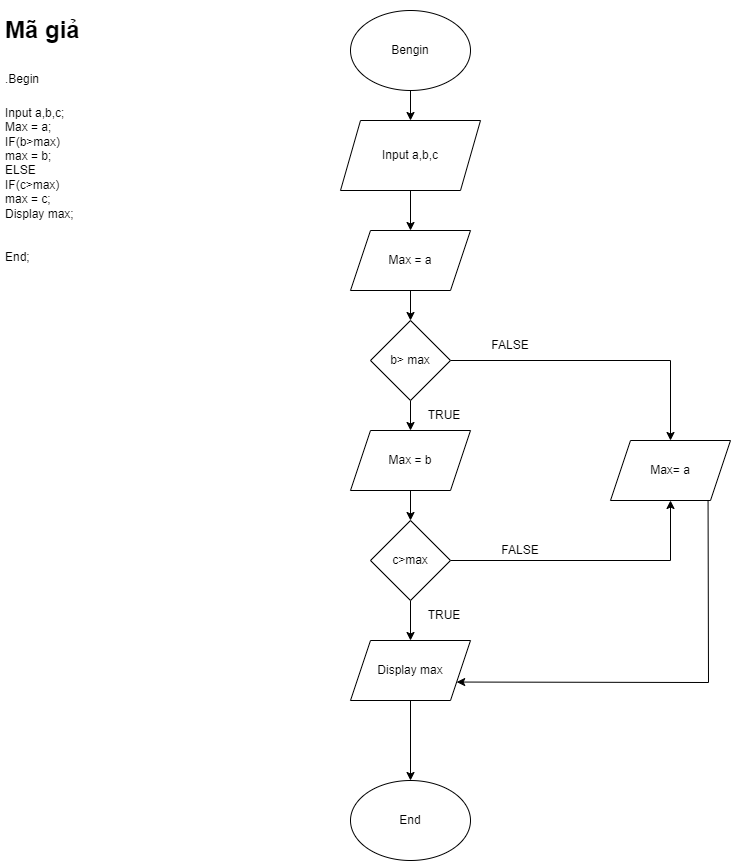
thanhvo203/C0223G1-VoHaiThanh keeps this draw.io diagram as ss3_code/bai_tap/Bai_tap_tim_max.drawio.png. Above is the earlier version. Source tidied: cells renumbered, new cells last; positions are measured from the earlier drawing's top-left corner, leaving out a move shared by most shapes. Its diagram source:
```xml
<mxGraphModel>
  <root>
    <mxCell id="0" />
    <mxCell id="1" parent="0" />
    <mxCell id="2" value="&lt;h1&gt;&lt;span style=&quot;background-color: initial;&quot;&gt;Mã giả&lt;/span&gt;&lt;/h1&gt;&lt;h1&gt;&lt;span style=&quot;background-color: initial; font-size: 12px; font-weight: normal;&quot;&gt;.Begin&lt;/span&gt;&lt;/h1&gt;&lt;div&gt;&lt;span style=&quot;background-color: initial; font-size: 12px; font-weight: normal;&quot;&gt;Input a,b,c;&lt;/span&gt;&lt;/div&gt;&lt;div&gt;Max = a;&lt;/div&gt;&lt;div&gt;IF(b&amp;gt;max)&lt;/div&gt;&lt;div&gt;max = b;&lt;/div&gt;&lt;div&gt;ELSE&lt;/div&gt;&lt;div&gt;IF(c&amp;gt;max)&lt;/div&gt;&lt;div&gt;max = c;&lt;/div&gt;&lt;div&gt;Display max;&lt;/div&gt;&lt;div&gt;&lt;br&gt;&lt;/div&gt;&lt;div&gt;&lt;br&gt;&lt;/div&gt;&lt;div&gt;End;&lt;/div&gt;&lt;div&gt;&lt;br&gt;&lt;/div&gt;" style="text;html=1;strokeColor=none;fillColor=none;spacing=5;spacingTop=-20;whiteSpace=wrap;overflow=hidden;rounded=0;" parent="1" vertex="1">
      <mxGeometry width="210" height="330" as="geometry" />
    </mxCell>
    <mxCell id="3" style="edgeStyle=orthogonalEdgeStyle;rounded=0;orthogonalLoop=1;jettySize=auto;html=1;exitX=1;exitY=0.5;exitDx=0;exitDy=0;entryX=1;entryY=0.25;entryDx=0;entryDy=0;" parent="1" edge="1">
      <mxGeometry relative="1" as="geometry">
        <mxPoint x="554.8" y="105.5" as="targetPoint" />
        <Array as="points">
          <mxPoint x="710" y="250" />
          <mxPoint x="710" y="106" />
        </Array>
      </mxGeometry>
    </mxCell>
    <mxCell id="4" value="End" style="ellipse;whiteSpace=wrap;html=1;" parent="1" vertex="1">
      <mxGeometry x="350" y="770" width="120" height="80" as="geometry" />
    </mxCell>
    <mxCell id="5" style="edgeStyle=orthogonalEdgeStyle;rounded=0;jettySize=auto;html=1;" parent="1" edge="1" source="6" target="10">
      <mxGeometry relative="1" as="geometry" />
    </mxCell>
    <mxCell id="6" value="Bengin" style="ellipse;whiteSpace=wrap;html=1;" parent="1" vertex="1">
      <mxGeometry x="350" width="120" height="80" as="geometry" />
    </mxCell>
    <mxCell id="7" style="edgeStyle=orthogonalEdgeStyle;rounded=0;jettySize=auto;html=1;" parent="1" edge="1" source="8" target="15">
      <mxGeometry relative="1" as="geometry" />
    </mxCell>
    <mxCell id="8" value="Max = a" style="shape=parallelogram;perimeter=parallelogramPerimeter;whiteSpace=wrap;html=1;fixedSize=1;" parent="1" vertex="1">
      <mxGeometry x="350" y="220" width="120" height="60" as="geometry" />
    </mxCell>
    <mxCell id="9" style="edgeStyle=orthogonalEdgeStyle;rounded=0;jettySize=auto;html=1;" parent="1" edge="1" source="10">
      <mxGeometry relative="1" as="geometry">
        <mxPoint x="410" y="220" as="targetPoint" />
      </mxGeometry>
    </mxCell>
    <mxCell id="10" value="Input a,b,c" style="shape=parallelogram;perimeter=parallelogramPerimeter;whiteSpace=wrap;html=1;fixedSize=1;" parent="1" vertex="1">
      <mxGeometry x="340" y="110" width="140" height="70" as="geometry" />
    </mxCell>
    <mxCell id="11" style="edgeStyle=orthogonalEdgeStyle;rounded=0;jettySize=auto;html=1;" parent="1" edge="1" source="12" target="4">
      <mxGeometry relative="1" as="geometry" />
    </mxCell>
    <mxCell id="12" value="Display max" style="shape=parallelogram;perimeter=parallelogramPerimeter;whiteSpace=wrap;html=1;fixedSize=1;" parent="1" vertex="1">
      <mxGeometry x="350" y="630" width="120" height="60" as="geometry" />
    </mxCell>
    <mxCell id="13" style="edgeStyle=orthogonalEdgeStyle;rounded=0;jettySize=auto;html=1;" parent="1" edge="1" source="15" target="20">
      <mxGeometry relative="1" as="geometry" />
    </mxCell>
    <mxCell id="14" style="edgeStyle=orthogonalEdgeStyle;rounded=0;jettySize=auto;html=1;" parent="1" edge="1" source="15" target="21">
      <mxGeometry relative="1" as="geometry" />
    </mxCell>
    <mxCell id="15" value="b&amp;gt; max" style="rhombus;whiteSpace=wrap;html=1;" parent="1" vertex="1">
      <mxGeometry x="370" y="310" width="80" height="80" as="geometry" />
    </mxCell>
    <mxCell id="16" style="edgeStyle=orthogonalEdgeStyle;rounded=0;jettySize=auto;html=1;" parent="1" edge="1" source="18" target="12">
      <mxGeometry relative="1" as="geometry" />
    </mxCell>
    <mxCell id="17" style="edgeStyle=orthogonalEdgeStyle;rounded=0;jettySize=auto;html=1;exitX=1;exitY=0.5;exitDx=0;exitDy=0;" parent="1" edge="1" source="18" target="21">
      <mxGeometry relative="1" as="geometry" />
    </mxCell>
    <mxCell id="18" value="c&amp;gt;max" style="rhombus;whiteSpace=wrap;html=1;" parent="1" vertex="1">
      <mxGeometry x="370" y="510" width="80" height="80" as="geometry" />
    </mxCell>
    <mxCell id="19" style="edgeStyle=orthogonalEdgeStyle;rounded=0;jettySize=auto;html=1;" parent="1" edge="1" source="20" target="18">
      <mxGeometry relative="1" as="geometry" />
    </mxCell>
    <mxCell id="20" value="Max = b" style="shape=parallelogram;perimeter=parallelogramPerimeter;whiteSpace=wrap;html=1;fixedSize=1;" parent="1" vertex="1">
      <mxGeometry x="350" y="420" width="120" height="60" as="geometry" />
    </mxCell>
    <mxCell id="21" value="Max= a" style="shape=parallelogram;perimeter=parallelogramPerimeter;whiteSpace=wrap;html=1;fixedSize=1;" parent="1" vertex="1">
      <mxGeometry x="610" y="430" width="120" height="60" as="geometry" />
    </mxCell>
    <mxCell id="22" value="TRUE" style="text;html=1;strokeColor=none;fillColor=none;align=center;verticalAlign=middle;whiteSpace=wrap;rounded=0;" parent="1" vertex="1">
      <mxGeometry x="414" y="390" width="60" height="30" as="geometry" />
    </mxCell>
    <mxCell id="23" value="FALSE" style="text;html=1;strokeColor=none;fillColor=none;align=center;verticalAlign=middle;whiteSpace=wrap;rounded=0;" parent="1" vertex="1">
      <mxGeometry x="480" y="320" width="60" height="30" as="geometry" />
    </mxCell>
    <mxCell id="24" value="FALSE" style="text;html=1;strokeColor=none;fillColor=none;align=center;verticalAlign=middle;whiteSpace=wrap;rounded=0;" parent="1" vertex="1">
      <mxGeometry x="490" y="525" width="60" height="30" as="geometry" />
    </mxCell>
    <mxCell id="25" style="endArrow=classic;html=1;rounded=0;exitX=0.813;exitY=1.01;exitDx=0;exitDy=0;exitPerimeter=0;entryX=1;entryY=0.75;entryDx=0;entryDy=0;" parent="1" edge="1" source="21" target="12">
      <mxGeometry relative="1" as="geometry">
        <Array as="points">
          <mxPoint x="708" y="672" />
        </Array>
      </mxGeometry>
    </mxCell>
    <mxCell id="26" value="TRUE" style="text;html=1;strokeColor=none;fillColor=none;align=center;verticalAlign=middle;whiteSpace=wrap;rounded=0;" parent="1" vertex="1">
      <mxGeometry x="414" y="590" width="60" height="30" as="geometry" />
    </mxCell>
  </root>
</mxGraphModel>
```
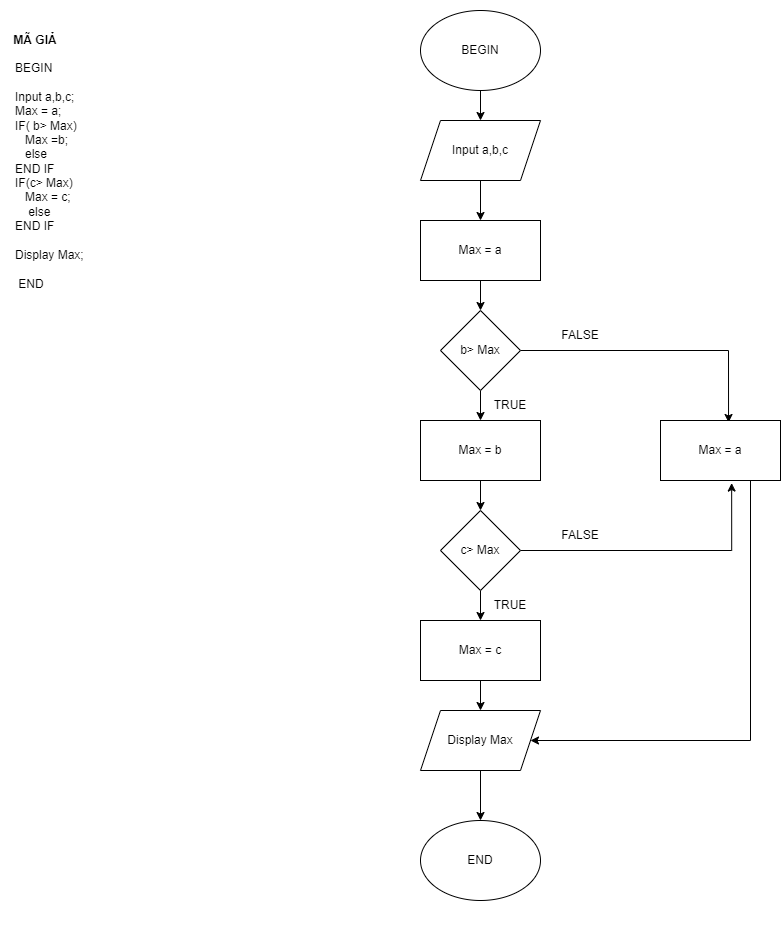
Later version of the same file.

What changed in the source:
```diff
@@ -2,8 +2,8 @@
   <root>
     <mxCell id="0" />
     <mxCell id="1" parent="0" />
-    <mxCell id="2" value="&lt;h1&gt;&lt;span style=&quot;background-color: initial;&quot;&gt;Mã giả&lt;/span&gt;&lt;/h1&gt;&lt;h1&gt;&lt;span style=&quot;background-color: initial; font-size: 12px; font-weight: normal;&quot;&gt;.Begin&lt;/span&gt;&lt;/h1&gt;&lt;div&gt;&lt;span style=&quot;background-color: initial; font-size: 12px; font-weight: normal;&quot;&gt;Input a,b,c;&lt;/span&gt;&lt;/div&gt;&lt;div&gt;Max = a;&lt;/div&gt;&lt;div&gt;IF(b&amp;gt;max)&lt;/div&gt;&lt;div&gt;max = b;&lt;/div&gt;&lt;div&gt;ELSE&lt;/div&gt;&lt;div&gt;IF(c&amp;gt;max)&lt;/div&gt;&lt;div&gt;max = c;&lt;/div&gt;&lt;div&gt;Display max;&lt;/div&gt;&lt;div&gt;&lt;br&gt;&lt;/div&gt;&lt;div&gt;&lt;br&gt;&lt;/div&gt;&lt;div&gt;End;&lt;/div&gt;&lt;div&gt;&lt;br&gt;&lt;/div&gt;" style="text;html=1;strokeColor=none;fillColor=none;spacing=5;spacingTop=-20;whiteSpace=wrap;overflow=hidden;rounded=0;" parent="1" vertex="1">
-      <mxGeometry width="210" height="330" as="geometry" />
+    <mxCell id="2" value="&lt;h1&gt;&lt;br&gt;&lt;/h1&gt;&lt;div&gt;BEGIN&lt;/div&gt;&lt;div&gt;&lt;br&gt;&lt;/div&gt;&lt;div&gt;Input a,b,c;&lt;/div&gt;&lt;div&gt;Max = a;&lt;/div&gt;&lt;div&gt;IF( b&amp;gt; Max)&lt;/div&gt;&lt;div&gt;&amp;nbsp; &amp;nbsp;Max =b;&lt;/div&gt;&lt;div&gt;&amp;nbsp; &amp;nbsp;else&lt;/div&gt;&lt;div&gt;END IF&lt;/div&gt;&lt;div&gt;IF(c&amp;gt; Max)&lt;/div&gt;&lt;div&gt;&amp;nbsp; &amp;nbsp;Max = c;&lt;/div&gt;&lt;div&gt;&amp;nbsp; &amp;nbsp; else&lt;/div&gt;&lt;div&gt;END IF&lt;/div&gt;&lt;div&gt;&lt;br&gt;&lt;/div&gt;&lt;div&gt;Display Max;&lt;/div&gt;&lt;div&gt;&lt;br&gt;&lt;/div&gt;&lt;div&gt;&amp;nbsp;END&lt;/div&gt;" style="text;html=1;strokeColor=none;fillColor=none;spacing=5;spacingTop=-20;whiteSpace=wrap;overflow=hidden;rounded=0;" parent="1" vertex="1">
+      <mxGeometry x="10" y="30" width="210" height="940" as="geometry" />
     </mxCell>
     <mxCell id="3" style="edgeStyle=orthogonalEdgeStyle;rounded=0;orthogonalLoop=1;jettySize=auto;html=1;exitX=1;exitY=0.5;exitDx=0;exitDy=0;entryX=1;entryY=0.25;entryDx=0;entryDy=0;" parent="1" edge="1">
       <mxGeometry relative="1" as="geometry">
@@ -14,80 +14,105 @@
         </Array>
       </mxGeometry>
     </mxCell>
-    <mxCell id="4" value="End" style="ellipse;whiteSpace=wrap;html=1;" parent="1" vertex="1">
-      <mxGeometry x="350" y="770" width="120" height="80" as="geometry" />
-    </mxCell>
-    <mxCell id="5" style="edgeStyle=orthogonalEdgeStyle;rounded=0;jettySize=auto;html=1;" parent="1" edge="1" source="6" target="10">
-      <mxGeometry relative="1" as="geometry" />
-    </mxCell>
-    <mxCell id="6" value="Bengin" style="ellipse;whiteSpace=wrap;html=1;" parent="1" vertex="1">
-      <mxGeometry x="350" width="120" height="80" as="geometry" />
-    </mxCell>
-    <mxCell id="7" style="edgeStyle=orthogonalEdgeStyle;rounded=0;jettySize=auto;html=1;" parent="1" edge="1" source="8" target="15">
-      <mxGeometry relative="1" as="geometry" />
-    </mxCell>
-    <mxCell id="8" value="Max = a" style="shape=parallelogram;perimeter=parallelogramPerimeter;whiteSpace=wrap;html=1;fixedSize=1;" parent="1" vertex="1">
-      <mxGeometry x="350" y="220" width="120" height="60" as="geometry" />
-    </mxCell>
-    <mxCell id="9" style="edgeStyle=orthogonalEdgeStyle;rounded=0;jettySize=auto;html=1;" parent="1" edge="1" source="10">
-      <mxGeometry relative="1" as="geometry">
-        <mxPoint x="410" y="220" as="targetPoint" />
-      </mxGeometry>
-    </mxCell>
+    <mxCell id="27" value="&lt;b&gt;MÃ GIẢ&lt;/b&gt;" style="text;html=1;strokeColor=none;fillColor=none;align=center;verticalAlign=middle;whiteSpace=wrap;rounded=0;" parent="1" vertex="1">
+      <mxGeometry y="40" width="70" height="40" as="geometry" />
+    </mxCell>
+    <mxCell id="28" style="edgeStyle=orthogonalEdgeStyle;rounded=0;orthogonalLoop=1;jettySize=auto;html=1;exitX=0;exitY=0.5;exitDx=0;exitDy=0;entryX=0;entryY=0.5;entryDx=0;entryDy=0;" parent="1" edge="1">
+      <mxGeometry relative="1" as="geometry">
+        <mxPoint x="360" y="690" as="sourcePoint" />
+        <Array as="points">
+          <mxPoint x="300" y="690" />
+          <mxPoint x="300" y="860" />
+        </Array>
+      </mxGeometry>
+    </mxCell>
+    <mxCell id="29" style="edgeStyle=orthogonalEdgeStyle;rounded=0;orthogonalLoop=1;jettySize=auto;html=1;exitX=1;exitY=0.5;exitDx=0;exitDy=0;entryX=0.891;entryY=0.361;entryDx=0;entryDy=0;entryPerimeter=0;" parent="1" edge="1">
+      <mxGeometry relative="1" as="geometry">
+        <mxPoint x="431.3" y="568.9" as="targetPoint" />
+        <Array as="points">
+          <mxPoint x="730" y="860" />
+          <mxPoint x="730" y="569" />
+        </Array>
+      </mxGeometry>
+    </mxCell>
+    <mxCell id="30" style="edgeStyle=orthogonalEdgeStyle;rounded=0;jettySize=auto;html=1;" parent="1" edge="1" source="31" target="10">
+      <mxGeometry relative="1" as="geometry" />
+    </mxCell>
+    <mxCell id="31" value="BEGIN" style="ellipse;whiteSpace=wrap;html=1;" parent="1" vertex="1">
+      <mxGeometry x="420" y="30" width="120" height="80" as="geometry" />
+    </mxCell>
+    <mxCell id="32" style="edgeStyle=orthogonalEdgeStyle;rounded=0;jettySize=auto;html=1;" parent="1" edge="1" source="10" target="34">
+      <mxGeometry relative="1" as="geometry" />
+    </mxCell>
     <mxCell id="10" value="Input a,b,c" style="shape=parallelogram;perimeter=parallelogramPerimeter;whiteSpace=wrap;html=1;fixedSize=1;" parent="1" vertex="1">
-      <mxGeometry x="340" y="110" width="140" height="70" as="geometry" />
+      <mxGeometry x="420" y="140" width="120" height="60" as="geometry" />
     </mxCell>
-    <mxCell id="11" style="edgeStyle=orthogonalEdgeStyle;rounded=0;jettySize=auto;html=1;" parent="1" edge="1" source="12" target="4">
-      <mxGeometry relative="1" as="geometry" />
-    </mxCell>
-    <mxCell id="12" value="Display max" style="shape=parallelogram;perimeter=parallelogramPerimeter;whiteSpace=wrap;html=1;fixedSize=1;" parent="1" vertex="1">
-      <mxGeometry x="350" y="630" width="120" height="60" as="geometry" />
-    </mxCell>
-    <mxCell id="13" style="edgeStyle=orthogonalEdgeStyle;rounded=0;jettySize=auto;html=1;" parent="1" edge="1" source="15" target="20">
-      <mxGeometry relative="1" as="geometry" />
-    </mxCell>
-    <mxCell id="14" style="edgeStyle=orthogonalEdgeStyle;rounded=0;jettySize=auto;html=1;" parent="1" edge="1" source="15" target="21">
-      <mxGeometry relative="1" as="geometry" />
-    </mxCell>
-    <mxCell id="15" value="b&amp;gt; max" style="rhombus;whiteSpace=wrap;html=1;" parent="1" vertex="1">
-      <mxGeometry x="370" y="310" width="80" height="80" as="geometry" />
-    </mxCell>
-    <mxCell id="16" style="edgeStyle=orthogonalEdgeStyle;rounded=0;jettySize=auto;html=1;" parent="1" edge="1" source="18" target="12">
-      <mxGeometry relative="1" as="geometry" />
-    </mxCell>
-    <mxCell id="17" style="edgeStyle=orthogonalEdgeStyle;rounded=0;jettySize=auto;html=1;exitX=1;exitY=0.5;exitDx=0;exitDy=0;" parent="1" edge="1" source="18" target="21">
-      <mxGeometry relative="1" as="geometry" />
-    </mxCell>
-    <mxCell id="18" value="c&amp;gt;max" style="rhombus;whiteSpace=wrap;html=1;" parent="1" vertex="1">
-      <mxGeometry x="370" y="510" width="80" height="80" as="geometry" />
-    </mxCell>
-    <mxCell id="19" style="edgeStyle=orthogonalEdgeStyle;rounded=0;jettySize=auto;html=1;" parent="1" edge="1" source="20" target="18">
-      <mxGeometry relative="1" as="geometry" />
-    </mxCell>
+    <mxCell id="33" style="edgeStyle=orthogonalEdgeStyle;rounded=0;jettySize=auto;html=1;" parent="1" edge="1" source="34" target="37">
+      <mxGeometry relative="1" as="geometry" />
+    </mxCell>
+    <mxCell id="34" value="Max = a" style="rounded=0;whiteSpace=wrap;html=1;" parent="1" vertex="1">
+      <mxGeometry x="420" y="240" width="120" height="60" as="geometry" />
+    </mxCell>
+    <mxCell id="35" style="edgeStyle=orthogonalEdgeStyle;rounded=0;jettySize=auto;html=1;" parent="1" edge="1" source="37" target="20">
+      <mxGeometry relative="1" as="geometry" />
+    </mxCell>
+    <mxCell id="36" style="edgeStyle=orthogonalEdgeStyle;rounded=0;jettySize=auto;html=1;exitX=1;exitY=0.5;exitDx=0;exitDy=0;entryX=0.567;entryY=0.033;entryDx=0;entryDy=0;entryPerimeter=0;" parent="1" edge="1" source="37" target="46">
+      <mxGeometry relative="1" as="geometry" />
+    </mxCell>
+    <mxCell id="37" value="b&amp;gt; Max" style="rhombus;whiteSpace=wrap;html=1;" parent="1" vertex="1">
+      <mxGeometry x="440" y="330" width="80" height="80" as="geometry" />
+    </mxCell>
+    <mxCell id="38" style="edgeStyle=orthogonalEdgeStyle;rounded=0;jettySize=auto;html=1;" parent="1" edge="1" source="20" target="41">
+      <mxGeometry relative="1" as="geometry" />
+    </mxCell>
-    <mxCell id="20" value="Max = b" style="shape=parallelogram;perimeter=parallelogramPerimeter;whiteSpace=wrap;html=1;fixedSize=1;" parent="1" vertex="1">
-      <mxGeometry x="350" y="420" width="120" height="60" as="geometry" />
+    <mxCell id="20" value="Max = b" style="rounded=0;whiteSpace=wrap;html=1;" parent="1" vertex="1">
+      <mxGeometry x="420" y="440" width="120" height="60" as="geometry" />
     </mxCell>
-    <mxCell id="21" value="Max= a" style="shape=parallelogram;perimeter=parallelogramPerimeter;whiteSpace=wrap;html=1;fixedSize=1;" parent="1" vertex="1">
-      <mxGeometry x="610" y="430" width="120" height="60" as="geometry" />
-    </mxCell>
-    <mxCell id="22" value="TRUE" style="text;html=1;strokeColor=none;fillColor=none;align=center;verticalAlign=middle;whiteSpace=wrap;rounded=0;" parent="1" vertex="1">
-      <mxGeometry x="414" y="390" width="60" height="30" as="geometry" />
-    </mxCell>
-    <mxCell id="23" value="FALSE" style="text;html=1;strokeColor=none;fillColor=none;align=center;verticalAlign=middle;whiteSpace=wrap;rounded=0;" parent="1" vertex="1">
-      <mxGeometry x="480" y="320" width="60" height="30" as="geometry" />
-    </mxCell>
-    <mxCell id="24" value="FALSE" style="text;html=1;strokeColor=none;fillColor=none;align=center;verticalAlign=middle;whiteSpace=wrap;rounded=0;" parent="1" vertex="1">
-      <mxGeometry x="490" y="525" width="60" height="30" as="geometry" />
-    </mxCell>
-    <mxCell id="25" style="endArrow=classic;html=1;rounded=0;exitX=0.813;exitY=1.01;exitDx=0;exitDy=0;exitPerimeter=0;entryX=1;entryY=0.75;entryDx=0;entryDy=0;" parent="1" edge="1" source="21" target="12">
-      <mxGeometry relative="1" as="geometry">
-        <Array as="points">
-          <mxPoint x="708" y="672" />
-        </Array>
-      </mxGeometry>
-    </mxCell>
-    <mxCell id="26" value="TRUE" style="text;html=1;strokeColor=none;fillColor=none;align=center;verticalAlign=middle;whiteSpace=wrap;rounded=0;" parent="1" vertex="1">
-      <mxGeometry x="414" y="590" width="60" height="30" as="geometry" />
-    </mxCell>
+    <mxCell id="39" style="edgeStyle=orthogonalEdgeStyle;rounded=0;jettySize=auto;html=1;" parent="1" edge="1" source="41" target="43">
+      <mxGeometry relative="1" as="geometry" />
+    </mxCell>
+    <mxCell id="40" style="edgeStyle=orthogonalEdgeStyle;rounded=0;jettySize=auto;html=1;exitX=1;exitY=0.5;exitDx=0;exitDy=0;entryX=0.593;entryY=1.043;entryDx=0;entryDy=0;entryPerimeter=0;" parent="1" edge="1" source="41" target="46">
+      <mxGeometry relative="1" as="geometry" />
+    </mxCell>
+    <mxCell id="41" value="c&amp;gt; Max" style="rhombus;whiteSpace=wrap;html=1;" parent="1" vertex="1">
+      <mxGeometry x="440" y="530" width="80" height="80" as="geometry" />
+    </mxCell>
+    <mxCell id="42" style="edgeStyle=orthogonalEdgeStyle;rounded=0;jettySize=auto;html=1;" parent="1" edge="1" source="43" target="48">
+      <mxGeometry relative="1" as="geometry" />
+    </mxCell>
+    <mxCell id="43" value="Max = c" style="rounded=0;whiteSpace=wrap;html=1;" parent="1" vertex="1">
+      <mxGeometry x="420" y="640" width="120" height="60" as="geometry" />
+    </mxCell>
+    <mxCell id="44" value="END" style="ellipse;whiteSpace=wrap;html=1;" parent="1" vertex="1">
+      <mxGeometry x="420" y="840" width="120" height="80" as="geometry" />
+    </mxCell>
+    <mxCell id="45" style="edgeStyle=orthogonalEdgeStyle;rounded=0;jettySize=auto;html=1;exitX=0.75;exitY=1;exitDx=0;exitDy=0;" parent="1" edge="1" source="46" target="48">
+      <mxGeometry relative="1" as="geometry">
+        <Array as="points">
+          <mxPoint x="750" y="760" />
+        </Array>
+      </mxGeometry>
+    </mxCell>
+    <mxCell id="46" value="Max = a" style="rounded=0;whiteSpace=wrap;html=1;" parent="1" vertex="1">
+      <mxGeometry x="660" y="440" width="120" height="60" as="geometry" />
+    </mxCell>
+    <mxCell id="47" style="edgeStyle=orthogonalEdgeStyle;rounded=0;jettySize=auto;html=1;" parent="1" edge="1" source="48" target="44">
+      <mxGeometry relative="1" as="geometry" />
+    </mxCell>
+    <mxCell id="48" value="Display Max" style="shape=parallelogram;perimeter=parallelogramPerimeter;whiteSpace=wrap;html=1;fixedSize=1;" parent="1" vertex="1">
+      <mxGeometry x="420" y="730" width="120" height="60" as="geometry" />
+    </mxCell>
+    <mxCell id="49" value="FALSE" style="text;html=1;strokeColor=none;fillColor=none;align=center;verticalAlign=middle;whiteSpace=wrap;rounded=0;" parent="1" vertex="1">
+      <mxGeometry x="550" y="540" width="60" height="30" as="geometry" />
+    </mxCell>
+    <mxCell id="50" value="FALSE" style="text;html=1;strokeColor=none;fillColor=none;align=center;verticalAlign=middle;whiteSpace=wrap;rounded=0;" parent="1" vertex="1">
+      <mxGeometry x="550" y="340" width="60" height="30" as="geometry" />
+    </mxCell>
+    <mxCell id="51" value="TRUE" style="text;html=1;strokeColor=none;fillColor=none;align=center;verticalAlign=middle;whiteSpace=wrap;rounded=0;" parent="1" vertex="1">
+      <mxGeometry x="480" y="410" width="60" height="30" as="geometry" />
+    </mxCell>
+    <mxCell id="52" value="TRUE" style="text;html=1;strokeColor=none;fillColor=none;align=center;verticalAlign=middle;whiteSpace=wrap;rounded=0;" parent="1" vertex="1">
+      <mxGeometry x="480" y="610" width="60" height="30" as="geometry" />
+    </mxCell>
   </root>
 </mxGraphModel>
```
